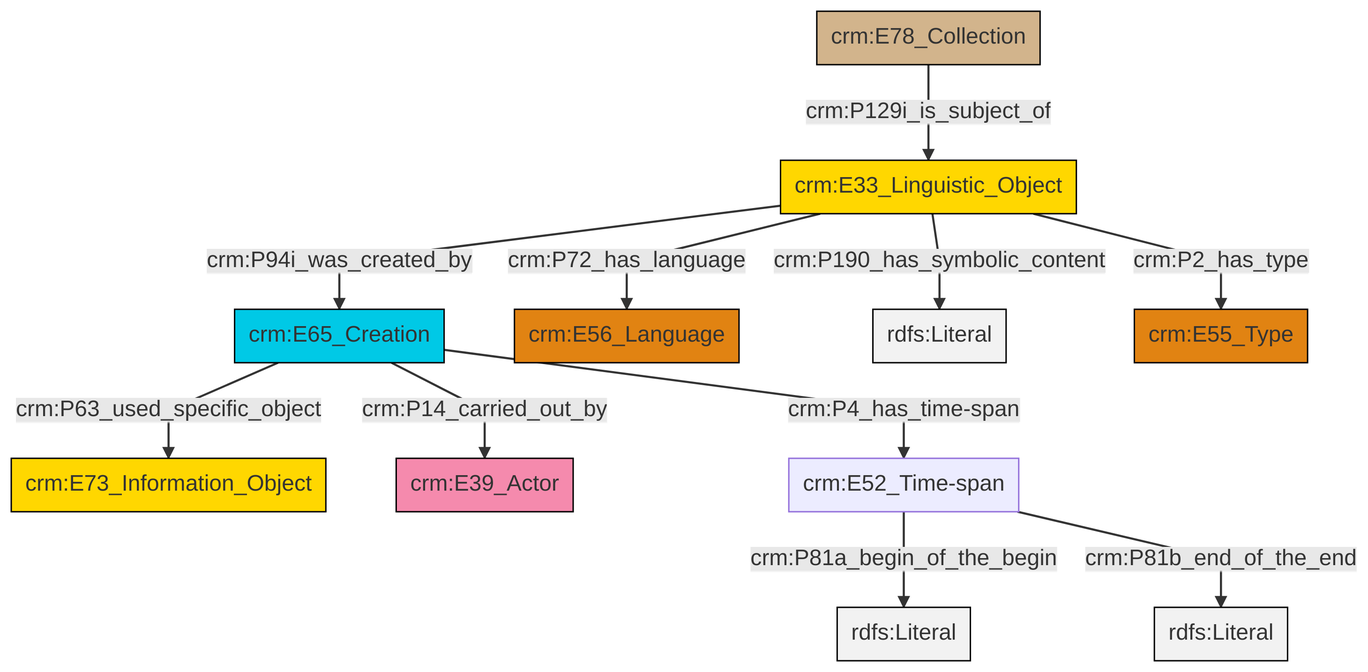
swiss-art-research-net/docs.swissartresearch keeps this Mermaid diagram as et/archivalCSV/ttl/mmd/png/archival_desc.png. Above is the earlier version. Its source is kept beside it as et/archivalCSV/ttl/mmd/archival_desc.ttl.mmd. Source of this version:
```mermaid
graph TD
classDef Literal fill:#f2f2f2,stroke:#000000;
classDef CRM_Entity fill:#FFFFFF,stroke:#000000;
classDef Temporal_Entity fill:#00C9E6, stroke:#000000;
classDef Type fill:#E18312, stroke:#000000;
classDef Time-Span fill:#2C9C91, stroke:#000000;
classDef Appellation fill:#FFEB7F, stroke:#000000;
classDef Place fill:#008836, stroke:#000000;
classDef Persistent_Item fill:#B266B2, stroke:#000000;
classDef Conceptual_Object fill:#FFD700, stroke:#000000;
classDef Physical_Thing fill:#D2B48C, stroke:#000000;
classDef Actor fill:#f58aad, stroke:#000000;
classDef PC_Classes fill:#4ce600, stroke:#000000;
classDef Multi fill:#cccccc,stroke:#000000;

2["crm:E33_Linguistic_Object"]:::Conceptual_Object -->|crm:P72_has_language| 3["crm:E56_Language"]:::Type
2["crm:E33_Linguistic_Object"]:::Conceptual_Object -->|crm:P94i_was_created_by| 0["crm:E65_Creation"]:::Temporal_Entity
8["crm:E78_Collection"]:::Physical_Thing -->|crm:P129i_is_subject_of| 2["crm:E33_Linguistic_Object"]:::Conceptual_Object
9["crm:E52_Time-span"]:::Default -->|crm:P81a_begin_of_the_begin| 10[rdfs:Literal]:::Literal
0["crm:E65_Creation"]:::Temporal_Entity -->|crm:P4_has_time-span| 9["crm:E52_Time-span"]:::Default
2["crm:E33_Linguistic_Object"]:::Conceptual_Object -->|crm:P190_has_symbolic_content| 13[rdfs:Literal]:::Literal
0["crm:E65_Creation"]:::Temporal_Entity -->|crm:P63_used_specific_object| 4["crm:E73_Information_Object"]:::Conceptual_Object
9["crm:E52_Time-span"]:::Default -->|crm:P81b_end_of_the_end| 14[rdfs:Literal]:::Literal
2["crm:E33_Linguistic_Object"]:::Conceptual_Object -->|crm:P2_has_type| 17["crm:E55_Type"]:::Type
0["crm:E65_Creation"]:::Temporal_Entity -->|crm:P14_carried_out_by| 6["crm:E39_Actor"]:::Actor
```
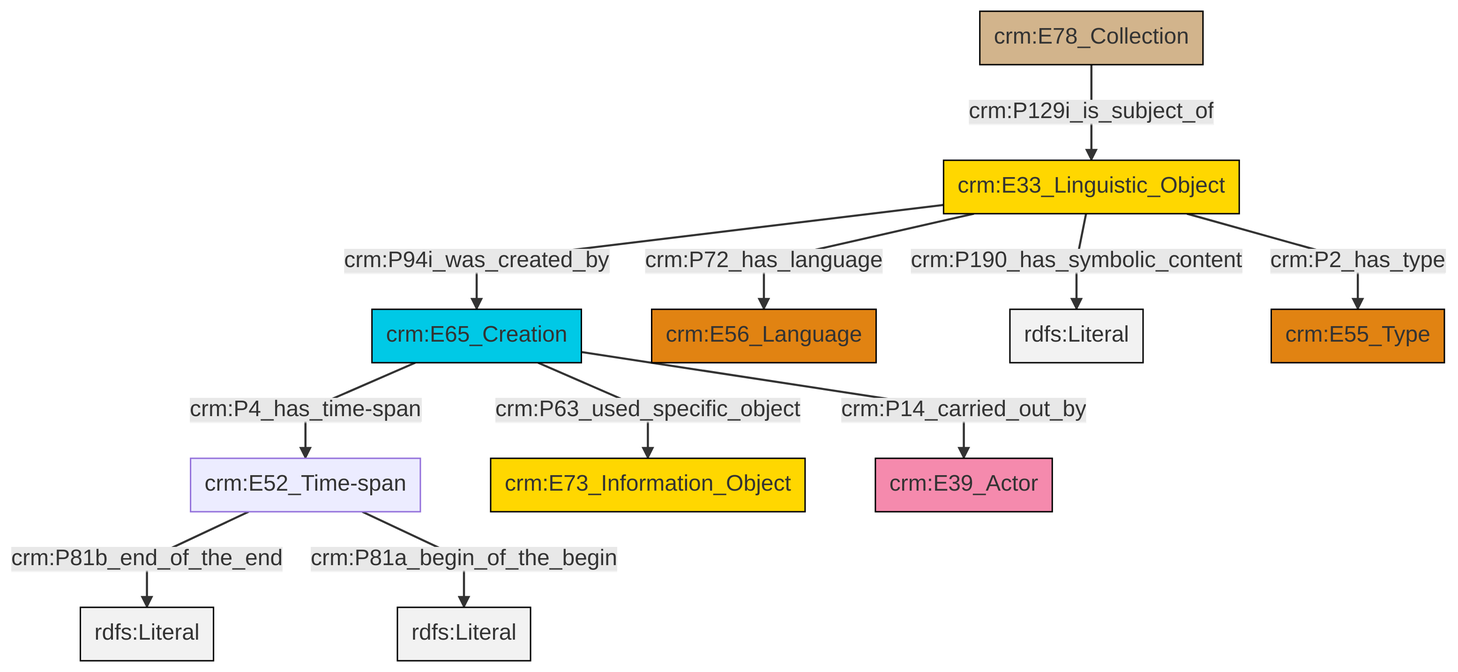
After the commit.

Change to the diagram source:
```diff
@@ -13,13 +13,13 @@
 classDef PC_Classes fill:#4ce600, stroke:#000000;
 classDef Multi fill:#cccccc,stroke:#000000;
 
-2["crm:E33_Linguistic_Object"]:::Conceptual_Object -->|crm:P72_has_language| 3["crm:E56_Language"]:::Type
-2["crm:E33_Linguistic_Object"]:::Conceptual_Object -->|crm:P94i_was_created_by| 0["crm:E65_Creation"]:::Temporal_Entity
-8["crm:E78_Collection"]:::Physical_Thing -->|crm:P129i_is_subject_of| 2["crm:E33_Linguistic_Object"]:::Conceptual_Object
-9["crm:E52_Time-span"]:::Default -->|crm:P81a_begin_of_the_begin| 10[rdfs:Literal]:::Literal
-0["crm:E65_Creation"]:::Temporal_Entity -->|crm:P4_has_time-span| 9["crm:E52_Time-span"]:::Default
-2["crm:E33_Linguistic_Object"]:::Conceptual_Object -->|crm:P190_has_symbolic_content| 13[rdfs:Literal]:::Literal
-0["crm:E65_Creation"]:::Temporal_Entity -->|crm:P63_used_specific_object| 4["crm:E73_Information_Object"]:::Conceptual_Object
-9["crm:E52_Time-span"]:::Default -->|crm:P81b_end_of_the_end| 14[rdfs:Literal]:::Literal
-2["crm:E33_Linguistic_Object"]:::Conceptual_Object -->|crm:P2_has_type| 17["crm:E55_Type"]:::Type
-0["crm:E65_Creation"]:::Temporal_Entity -->|crm:P14_carried_out_by| 6["crm:E39_Actor"]:::Actor
+4["crm:E33_Linguistic_Object"]:::Conceptual_Object -->|crm:P190_has_symbolic_content| 5[rdfs:Literal]:::Literal
+0["crm:E65_Creation"]:::Temporal_Entity -->|crm:P4_has_time-span| 6["crm:E52_Time-span"]:::Default
+4["crm:E33_Linguistic_Object"]:::Conceptual_Object -->|crm:P94i_was_created_by| 0["crm:E65_Creation"]:::Temporal_Entity
+6["crm:E52_Time-span"]:::Default -->|crm:P81b_end_of_the_end| 9[rdfs:Literal]:::Literal
+0["crm:E65_Creation"]:::Temporal_Entity -->|crm:P63_used_specific_object| 12["crm:E73_Information_Object"]:::Conceptual_Object
+0["crm:E65_Creation"]:::Temporal_Entity -->|crm:P14_carried_out_by| 13["crm:E39_Actor"]:::Actor
+6["crm:E52_Time-span"]:::Default -->|crm:P81a_begin_of_the_begin| 16[rdfs:Literal]:::Literal
+4["crm:E33_Linguistic_Object"]:::Conceptual_Object -->|crm:P2_has_type| 7["crm:E55_Type"]:::Type
+4["crm:E33_Linguistic_Object"]:::Conceptual_Object -->|crm:P72_has_language| 2["crm:E56_Language"]:::Type
+10["crm:E78_Collection"]:::Physical_Thing -->|crm:P129i_is_subject_of| 4["crm:E33_Linguistic_Object"]:::Conceptual_Object
```
